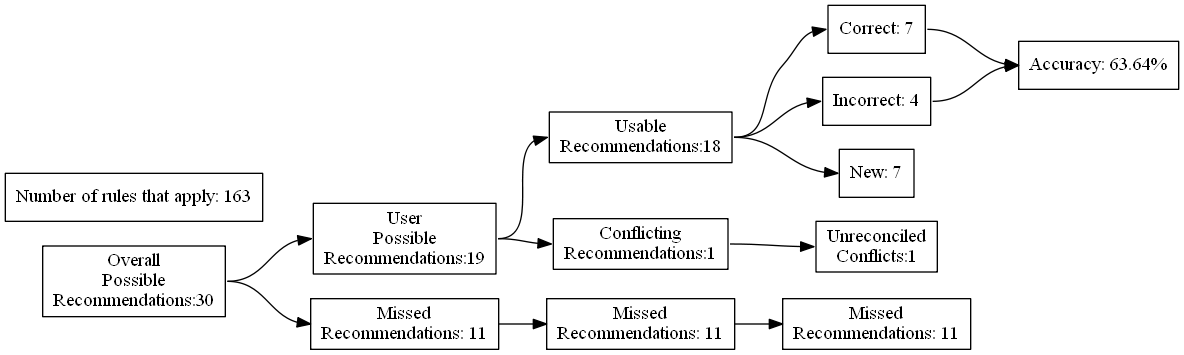
This is test_renders/3.gv.png from ZaxR/ibd_diet_analysis, a Graphviz export, as it was before one commit. Its source is kept beside it as test_renders/3.gv.
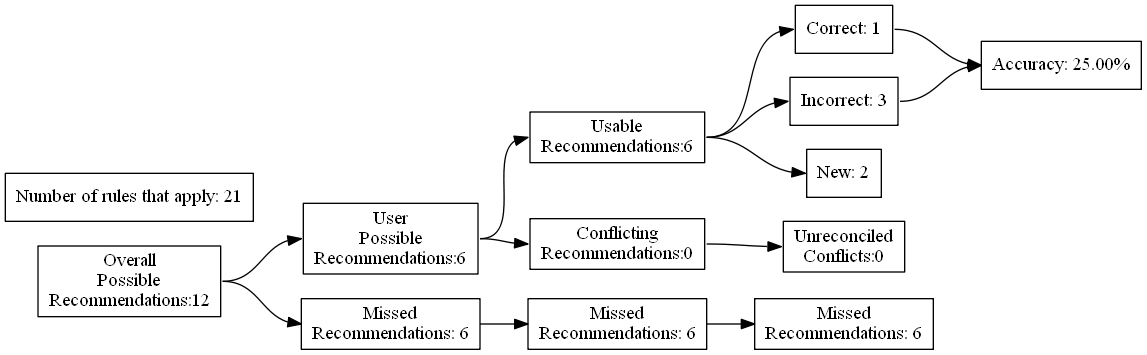
Above is the later version.

Diff of the diagram source:
```diff
@@ -4,27 +4,27 @@
 	edge [headport=w tailport=e]
 		A [label="Overall
 Possible
-Recommendations:30"]
+Recommendations:12"]
 		B [label="User
 Possible
-Recommendations:19"]
+Recommendations:6"]
 		C [label="Missed
-Recommendations: 11"]
+Recommendations: 6"]
 		D [label="Usable
-Recommendations:18"]
+Recommendations:6"]
 		E [label="Conflicting
-Recommendations:1"]
+Recommendations:0"]
 		J [label="Missed
-Recommendations: 11"]
+Recommendations: 6"]
 		M [label="Unreconciled
-Conflicts:1"]
-		F [label="Correct: 7"]
-		G [label="Incorrect: 4"]
-		H [label="New: 7"]
+Conflicts:0"]
+		F [label="Correct: 1"]
+		G [label="Incorrect: 3"]
+		H [label="New: 2"]
 		K [label="Missed
-Recommendations: 11"]
-		I [label="Accuracy: 63.64%"]
-		l [label="Number of rules that apply: 163"]
+Recommendations: 6"]
+		I [label="Accuracy: 25.00%"]
+		l [label="Number of rules that apply: 21"]
 			A -> B
 			A -> C
 			B -> D
```
